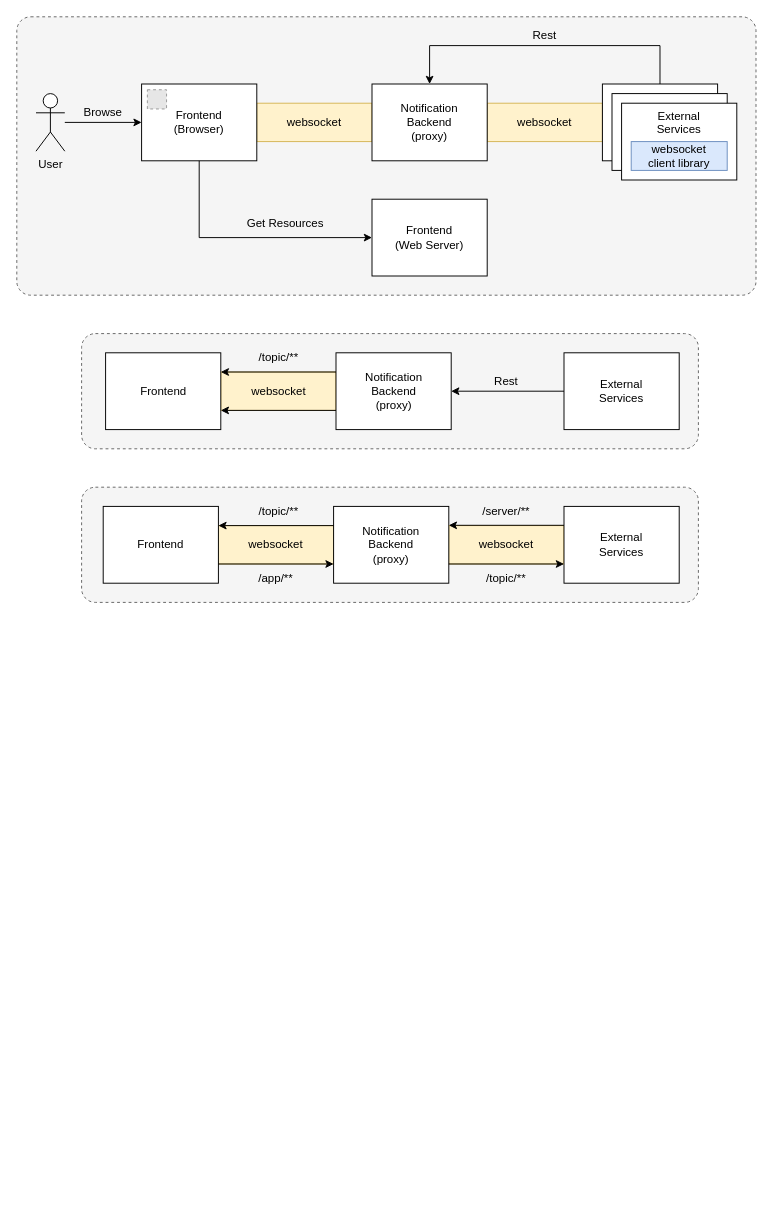
The draw.io diagram doc/websockets.drawio in awarenessxz/notification-websockets, before the edit. Source tidied: cells renumbered, new cells numbered last; positions are measured from the earlier drawing's top-left corner, leaving out a move shared by most shapes. Both pictures are drawn from the tidied source at 96%, with x=0, y=0 at pixel (16, 16). Pictures stored in the file or linked from it are replaced by grey dashed boxes.
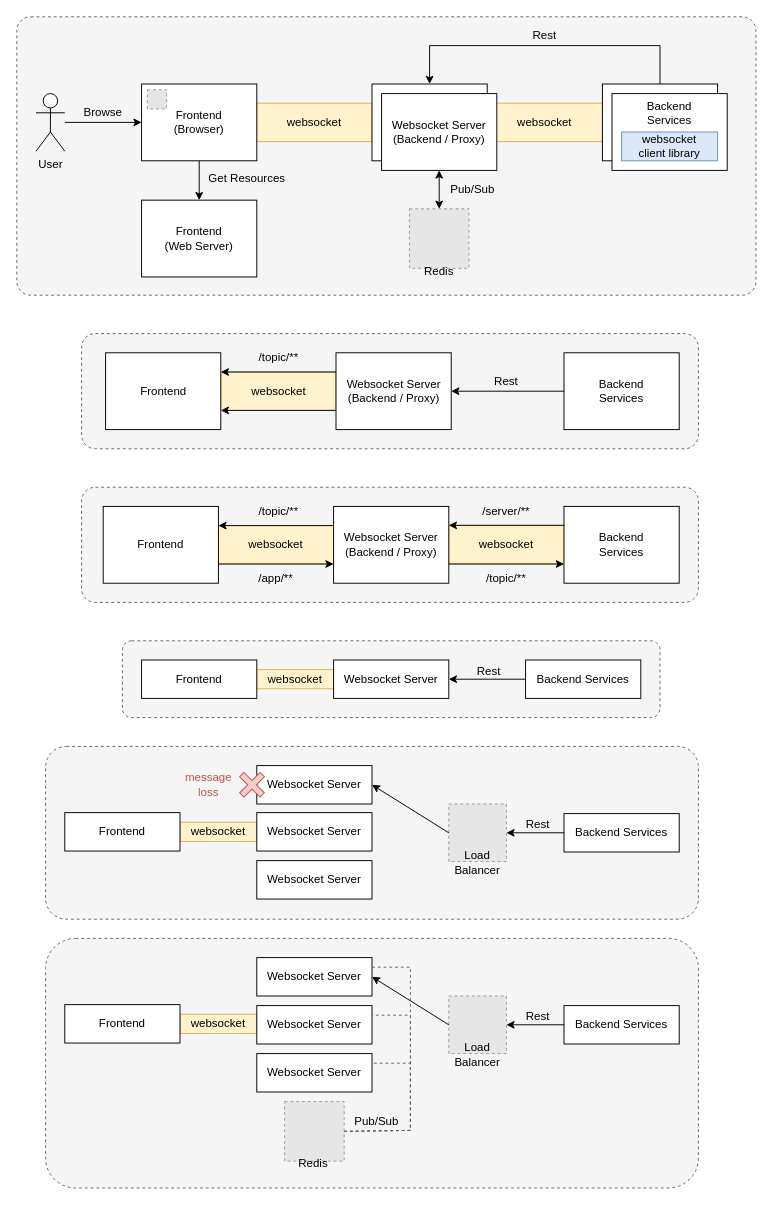
After the change.

The change refers to these unchanged cells:
```xml
<mxCell id="9" value="&lt;div&gt;Frontend&lt;br&gt;&lt;/div&gt;&lt;div&gt;(Browser)&lt;br&gt;&lt;/div&gt;" style="rounded=0;whiteSpace=wrap;html=1;" parent="1" vertex="1">
  <mxGeometry x="130" y="70" width="120" height="80" as="geometry" />
</mxCell>
```

Change to the diagram source:
```diff
@@
+    <mxCell id="44" style="rounded=1;whiteSpace=wrap;html=1;fillColor=#f5f5f5;fontColor=#333333;strokeColor=#666666;dashed=1;arcSize=12;" parent="1" vertex="1">
+      <mxGeometry x="30" y="960" width="680" height="260" as="geometry" />
+    </mxCell>
+    <mxCell id="45" style="rounded=1;whiteSpace=wrap;html=1;fillColor=#f5f5f5;fontColor=#333333;strokeColor=#666666;dashed=1;arcSize=12;" parent="1" vertex="1">
+      <mxGeometry x="30" y="760" width="680" height="180" as="geometry" />
+    </mxCell>
+    <mxCell id="46" value="websocket" style="rounded=0;whiteSpace=wrap;html=1;fillColor=#fff2cc;strokeColor=#d6b656;" parent="1" vertex="1">
+      <mxGeometry x="170" y="839" width="80" height="20" as="geometry" />
+    </mxCell>
+    <mxCell id="47" style="rounded=1;whiteSpace=wrap;html=1;fillColor=#f5f5f5;fontColor=#333333;strokeColor=#666666;dashed=1;arcSize=12;" parent="1" vertex="1">
+      <mxGeometry x="110" y="650" width="560" height="80" as="geometry" />
+    </mxCell>
+    <mxCell id="48" value="websocket" style="rounded=0;whiteSpace=wrap;html=1;fillColor=#fff2cc;strokeColor=#d6b656;" parent="1" vertex="1">
+      <mxGeometry x="250" y="680" width="80" height="20" as="geometry" />
+    </mxCell>
@@
-    <mxCell id="13" value="Notification&lt;br&gt;&lt;div&gt;Backend&lt;/div&gt;&lt;div&gt;(proxy)&lt;br&gt;&lt;/div&gt;" style="rounded=0;whiteSpace=wrap;html=1;" parent="1" vertex="1">
+    <mxCell id="13" style="rounded=0;whiteSpace=wrap;html=1;" parent="1" vertex="1">
       <mxGeometry x="370" y="70" width="120" height="80" as="geometry" />
     </mxCell>
     <mxCell id="14" value="&lt;div&gt;Frontend&lt;/div&gt;(Web Server)" style="rounded=0;whiteSpace=wrap;html=1;" parent="1" vertex="1">
-      <mxGeometry x="370" y="190" width="120" height="80" as="geometry" />
+      <mxGeometry x="130" y="191" width="120" height="80" as="geometry" />
     </mxCell>
@@
-    <mxCell id="16" style="endArrow=classic;html=1;rounded=0;exitX=0.5;exitY=1;exitDx=0;exitDy=0;entryX=0;entryY=0.5;entryDx=0;entryDy=0;" parent="1" edge="1" source="9" target="14">
-      <mxGeometry relative="1" as="geometry">
-        <Array as="points">
-          <mxPoint x="190" y="230" />
-        </Array>
-      </mxGeometry>
-    </mxCell>
     <mxCell id="17" value="Get Resources" style="text;html=1;strokeColor=none;fillColor=none;align=center;verticalAlign=middle;whiteSpace=wrap;rounded=0;" parent="1" vertex="1">
-      <mxGeometry x="230" y="200" width="100" height="30" as="geometry" />
+      <mxGeometry x="190" y="154" width="100" height="30" as="geometry" />
     </mxCell>
@@
-    <mxCell id="19" style="rounded=0;whiteSpace=wrap;html=1;" parent="1" vertex="1">
-      <mxGeometry x="620" y="80" width="120" height="80" as="geometry" />
-    </mxCell>
-    <mxCell id="20" value="&lt;div&gt;External&lt;/div&gt;&lt;div&gt;Services&lt;br&gt;&lt;/div&gt;" style="rounded=0;whiteSpace=wrap;html=1;verticalAlign=top;" parent="1" vertex="1">
-      <mxGeometry x="630" y="90" width="120" height="80" as="geometry" />
+    <mxCell id="20" value="&lt;div&gt;Backend&lt;/div&gt;&lt;div&gt;Services&lt;br&gt;&lt;/div&gt;" style="rounded=0;whiteSpace=wrap;html=1;verticalAlign=top;" parent="1" vertex="1">
+      <mxGeometry x="620" y="80" width="120" height="80" as="geometry" />
     </mxCell>
@@
-    <mxCell id="23" value="Notification&lt;br&gt;&lt;div&gt;Backend&lt;/div&gt;&lt;div&gt;(proxy)&lt;br&gt;&lt;/div&gt;" style="rounded=0;whiteSpace=wrap;html=1;" parent="1" vertex="1">
+    <mxCell id="23" value="&lt;div&gt;Websocket Server&lt;/div&gt;&lt;div&gt;(Backend / Proxy)&lt;br&gt;&lt;/div&gt;" style="rounded=0;whiteSpace=wrap;html=1;" parent="1" vertex="1">
       <mxGeometry x="332.5" y="350" width="120" height="80" as="geometry" />
     </mxCell>
@@
-    <mxCell id="25" value="&lt;div&gt;External&lt;/div&gt;&lt;div&gt;Services&lt;br&gt;&lt;/div&gt;" style="rounded=0;whiteSpace=wrap;html=1;" parent="1" vertex="1">
+    <mxCell id="25" value="&lt;div&gt;Backend&lt;/div&gt;&lt;div&gt;Services&lt;br&gt;&lt;/div&gt;" style="rounded=0;whiteSpace=wrap;html=1;" parent="1" vertex="1">
       <mxGeometry x="570" y="350" width="120" height="80" as="geometry" />
     </mxCell>
@@
-    <mxCell id="32" value="Notification&lt;br&gt;&lt;div&gt;Backend&lt;/div&gt;&lt;div&gt;(proxy)&lt;br&gt;&lt;/div&gt;" style="rounded=0;whiteSpace=wrap;html=1;" parent="1" vertex="1">
+    <mxCell id="32" value="&lt;div&gt;Websocket Server&lt;/div&gt;&lt;div&gt;(Backend / Proxy)&lt;br&gt;&lt;/div&gt;" style="rounded=0;whiteSpace=wrap;html=1;" parent="1" vertex="1">
       <mxGeometry x="330" y="510" width="120" height="80" as="geometry" />
     </mxCell>
@@
-    <mxCell id="34" value="&lt;div&gt;External&lt;/div&gt;&lt;div&gt;Services&lt;br&gt;&lt;/div&gt;" style="rounded=0;whiteSpace=wrap;html=1;" parent="1" vertex="1">
+    <mxCell id="34" value="&lt;div&gt;Backend&lt;/div&gt;&lt;div&gt;Services&lt;br&gt;&lt;/div&gt;" style="rounded=0;whiteSpace=wrap;html=1;" parent="1" vertex="1">
       <mxGeometry x="570" y="510" width="120" height="80" as="geometry" />
     </mxCell>
@@
     <mxCell id="43" value="&lt;div&gt;websocket&lt;/div&gt;&lt;div&gt;client library&lt;br&gt;&lt;/div&gt;" style="rounded=0;whiteSpace=wrap;html=1;fillColor=#dae8fc;strokeColor=#6c8ebf;" parent="1" vertex="1">
-      <mxGeometry x="640" y="130" width="100" height="30" as="geometry" />
+      <mxGeometry x="630" y="120" width="100" height="30" as="geometry" />
     </mxCell>
+    <mxCell id="49" value="&lt;div&gt;Frontend&lt;/div&gt;" style="rounded=0;whiteSpace=wrap;html=1;" parent="1" vertex="1">
+      <mxGeometry x="130" y="670" width="120" height="40" as="geometry" />
+    </mxCell>
+    <mxCell id="50" value="Websocket Server" style="rounded=0;whiteSpace=wrap;html=1;" parent="1" vertex="1">
+      <mxGeometry x="330" y="670" width="120" height="40" as="geometry" />
+    </mxCell>
+    <mxCell id="51" value="Backend Services" style="rounded=0;whiteSpace=wrap;html=1;" parent="1" vertex="1">
+      <mxGeometry x="530" y="670" width="120" height="40" as="geometry" />
+    </mxCell>
+    <mxCell id="52" style="endArrow=classic;html=1;rounded=0;exitX=0;exitY=0.5;exitDx=0;exitDy=0;entryX=1;entryY=0.5;entryDx=0;entryDy=0;" parent="1" edge="1" source="51" target="50">
+      <mxGeometry relative="1" as="geometry" />
+    </mxCell>
+    <mxCell id="53" value="Rest" style="text;html=1;strokeColor=none;fillColor=none;align=center;verticalAlign=middle;whiteSpace=wrap;rounded=0;" parent="1" vertex="1">
+      <mxGeometry x="462" y="667" width="60" height="30" as="geometry" />
+    </mxCell>
+    <mxCell id="54" value="&lt;div&gt;Frontend&lt;/div&gt;" style="rounded=0;whiteSpace=wrap;html=1;" parent="1" vertex="1">
+      <mxGeometry x="50" y="829" width="120" height="40" as="geometry" />
+    </mxCell>
+    <mxCell id="55" value="Websocket Server" style="rounded=0;whiteSpace=wrap;html=1;" parent="1" vertex="1">
+      <mxGeometry x="250" y="829" width="120" height="40" as="geometry" />
+    </mxCell>
+    <mxCell id="56" value="Websocket Server" style="rounded=0;whiteSpace=wrap;html=1;" parent="1" vertex="1">
+      <mxGeometry x="250" y="780" width="120" height="40" as="geometry" />
+    </mxCell>
+    <mxCell id="57" value="Websocket Server" style="rounded=0;whiteSpace=wrap;html=1;" parent="1" vertex="1">
+      <mxGeometry x="250" y="879" width="120" height="40" as="geometry" />
+    </mxCell>
+    <mxCell id="58" value="Backend Services" style="rounded=0;whiteSpace=wrap;html=1;" parent="1" vertex="1">
+      <mxGeometry x="570" y="830" width="120" height="40" as="geometry" />
+    </mxCell>
+    <mxCell id="59" style="endArrow=classic;html=1;rounded=0;exitX=0;exitY=0.5;exitDx=0;exitDy=0;entryX=1;entryY=0.5;entryDx=0;entryDy=0;" parent="1" edge="1" source="58" target="60">
+      <mxGeometry relative="1" as="geometry" />
+    </mxCell>
+    <mxCell id="60" style="fillColor=#E6E6E6;strokeColor=#999999;dashed=1;verticalLabelPosition=bottom;labelBackgroundColor=#ffffff;verticalAlign=top;" parent="1" vertex="1">
+      <mxGeometry x="450" y="820" width="60" height="60" as="geometry" />
+    </mxCell>
+    <mxCell id="61" value="&lt;div&gt;Load &lt;br&gt;&lt;/div&gt;&lt;div&gt;Balancer&lt;/div&gt;" style="text;html=1;strokeColor=none;fillColor=none;align=center;verticalAlign=middle;whiteSpace=wrap;rounded=0;" parent="1" vertex="1">
+      <mxGeometry x="450" y="866" width="60" height="30" as="geometry" />
+    </mxCell>
+    <mxCell id="62" value="Rest" style="text;html=1;strokeColor=none;fillColor=none;align=center;verticalAlign=middle;whiteSpace=wrap;rounded=0;" parent="1" vertex="1">
+      <mxGeometry x="513" y="827" width="60" height="30" as="geometry" />
+    </mxCell>
+    <mxCell id="63" style="endArrow=classic;html=1;rounded=0;exitX=0;exitY=0.5;exitDx=0;exitDy=0;entryX=1;entryY=0.5;entryDx=0;entryDy=0;" parent="1" edge="1" source="60" target="56">
+      <mxGeometry relative="1" as="geometry" />
+    </mxCell>
+    <mxCell id="64" value="websocket" style="rounded=0;whiteSpace=wrap;html=1;fillColor=#fff2cc;strokeColor=#d6b656;" parent="1" vertex="1">
+      <mxGeometry x="170" y="1039" width="80" height="20" as="geometry" />
+    </mxCell>
+    <mxCell id="65" value="&lt;div&gt;Frontend&lt;/div&gt;" style="rounded=0;whiteSpace=wrap;html=1;" parent="1" vertex="1">
+      <mxGeometry x="50" y="1029" width="120" height="40" as="geometry" />
+    </mxCell>
+    <mxCell id="66" value="Websocket Server" style="rounded=0;whiteSpace=wrap;html=1;" parent="1" vertex="1">
+      <mxGeometry x="250" y="1030" width="120" height="40" as="geometry" />
+    </mxCell>
+    <mxCell id="67" value="Websocket Server" style="rounded=0;whiteSpace=wrap;html=1;" parent="1" vertex="1">
+      <mxGeometry x="250" y="980" width="120" height="40" as="geometry" />
+    </mxCell>
+    <mxCell id="68" value="Websocket Server" style="rounded=0;whiteSpace=wrap;html=1;" parent="1" vertex="1">
+      <mxGeometry x="250" y="1080" width="120" height="40" as="geometry" />
+    </mxCell>
+    <mxCell id="69" value="Backend Services" style="rounded=0;whiteSpace=wrap;html=1;" parent="1" vertex="1">
+      <mxGeometry x="570" y="1030" width="120" height="40" as="geometry" />
+    </mxCell>
+    <mxCell id="70" style="endArrow=classic;html=1;rounded=0;exitX=0;exitY=0.5;exitDx=0;exitDy=0;entryX=1;entryY=0.5;entryDx=0;entryDy=0;" parent="1" edge="1" source="69" target="71">
+      <mxGeometry relative="1" as="geometry" />
+    </mxCell>
+    <mxCell id="71" style="fillColor=#E6E6E6;strokeColor=#999999;dashed=1;verticalLabelPosition=bottom;labelBackgroundColor=#ffffff;verticalAlign=top;" parent="1" vertex="1">
+      <mxGeometry x="450" y="1020" width="60" height="60" as="geometry" />
+    </mxCell>
+    <mxCell id="72" value="&lt;div&gt;Load &lt;br&gt;&lt;/div&gt;&lt;div&gt;Balancer&lt;/div&gt;" style="text;html=1;strokeColor=none;fillColor=none;align=center;verticalAlign=middle;whiteSpace=wrap;rounded=0;" parent="1" vertex="1">
+      <mxGeometry x="450" y="1066" width="60" height="30" as="geometry" />
+    </mxCell>
+    <mxCell id="73" value="Rest" style="text;html=1;strokeColor=none;fillColor=none;align=center;verticalAlign=middle;whiteSpace=wrap;rounded=0;" parent="1" vertex="1">
+      <mxGeometry x="513" y="1027" width="60" height="30" as="geometry" />
+    </mxCell>
+    <mxCell id="74" style="fillColor=#E6E6E6;strokeColor=#999999;dashed=1;verticalLabelPosition=bottom;labelBackgroundColor=default;verticalAlign=top;" parent="1" vertex="1">
+      <mxGeometry x="279" y="1130" width="62" height="62" as="geometry" />
+    </mxCell>
+    <mxCell id="75" value="Redis" style="text;html=1;strokeColor=none;fillColor=none;align=center;verticalAlign=middle;whiteSpace=wrap;rounded=0;" parent="1" vertex="1">
+      <mxGeometry x="279" y="1180" width="60" height="30" as="geometry" />
+    </mxCell>
+    <mxCell id="76" style="endArrow=none;dashed=1;html=1;rounded=0;exitX=1;exitY=0.5;exitDx=0;exitDy=0;entryX=1;entryY=0.25;entryDx=0;entryDy=0;fillColor=#f5f5f5;strokeColor=#666666;" parent="1" edge="1" source="74" target="68">
+      <mxGeometry relative="1" as="geometry">
+        <Array as="points">
+          <mxPoint x="410" y="1160" />
+          <mxPoint x="410" y="1090" />
+        </Array>
+      </mxGeometry>
+    </mxCell>
+    <mxCell id="77" style="endArrow=none;dashed=1;html=1;rounded=0;exitX=1;exitY=0.5;exitDx=0;exitDy=0;entryX=1;entryY=0.25;entryDx=0;entryDy=0;fillColor=#f5f5f5;strokeColor=#666666;" parent="1" edge="1" source="74" target="66">
+      <mxGeometry relative="1" as="geometry">
+        <Array as="points">
+          <mxPoint x="410" y="1160" />
+          <mxPoint x="410" y="1040" />
+        </Array>
+      </mxGeometry>
+    </mxCell>
+    <mxCell id="78" style="endArrow=none;dashed=1;html=1;rounded=0;exitX=1;exitY=0.5;exitDx=0;exitDy=0;entryX=1;entryY=0.25;entryDx=0;entryDy=0;fillColor=#f5f5f5;strokeColor=#666666;" parent="1" edge="1" source="74" target="67">
+      <mxGeometry relative="1" as="geometry">
+        <Array as="points">
+          <mxPoint x="410" y="1160" />
+          <mxPoint x="410" y="990" />
+        </Array>
+      </mxGeometry>
+    </mxCell>
+    <mxCell id="79" value="Pub/Sub" style="text;html=1;strokeColor=none;fillColor=none;align=center;verticalAlign=middle;whiteSpace=wrap;rounded=0;" parent="1" vertex="1">
+      <mxGeometry x="345" y="1136" width="60" height="30" as="geometry" />
+    </mxCell>
+    <mxCell id="80" style="endArrow=classic;html=1;rounded=0;exitX=0;exitY=0.5;exitDx=0;exitDy=0;entryX=1;entryY=0.5;entryDx=0;entryDy=0;" parent="1" edge="1" source="71" target="67">
+      <mxGeometry relative="1" as="geometry" />
+    </mxCell>
+    <mxCell id="81" style="shape=cross;whiteSpace=wrap;html=1;size=0.21077221362291235;rotation=45;fillColor=#f8cecc;strokeColor=#b85450;" parent="1" vertex="1">
+      <mxGeometry x="230" y="785" width="30" height="30" as="geometry" />
+    </mxCell>
+    <mxCell id="82" value="&lt;div&gt;message&lt;/div&gt;&lt;div&gt;loss&lt;br&gt;&lt;/div&gt;" style="text;html=1;align=center;verticalAlign=middle;whiteSpace=wrap;rounded=0;fontColor=#B85450;" parent="1" vertex="1">
+      <mxGeometry x="170" y="785" width="60" height="30" as="geometry" />
+    </mxCell>
+    <mxCell id="83" style="fillColor=#E6E6E6;strokeColor=#999999;dashed=1;verticalLabelPosition=bottom;labelBackgroundColor=default;verticalAlign=top;" parent="1" vertex="1">
+      <mxGeometry x="409" y="200" width="62" height="62" as="geometry" />
+    </mxCell>
+    <mxCell id="16" style="endArrow=classic;html=1;rounded=0;exitX=0.5;exitY=1;exitDx=0;exitDy=0;entryX=0.5;entryY=0;entryDx=0;entryDy=0;" parent="1" edge="1" source="9" target="14">
+      <mxGeometry relative="1" as="geometry" />
+    </mxCell>
+    <mxCell id="84" value="Redis" style="text;html=1;strokeColor=none;fillColor=none;align=center;verticalAlign=middle;whiteSpace=wrap;rounded=0;" parent="1" vertex="1">
+      <mxGeometry x="410" y="250" width="60" height="30" as="geometry" />
+    </mxCell>
+    <mxCell id="85" value="&lt;div&gt;Websocket Server&lt;/div&gt;&lt;div&gt;(Backend / Proxy)&lt;br&gt;&lt;/div&gt;" style="rounded=0;whiteSpace=wrap;html=1;" parent="1" vertex="1">
+      <mxGeometry x="380" y="80" width="120" height="80" as="geometry" />
+    </mxCell>
+    <mxCell id="86" style="endArrow=classic;startArrow=classic;html=1;rounded=0;entryX=0.5;entryY=1;entryDx=0;entryDy=0;exitX=0.5;exitY=0;exitDx=0;exitDy=0;" parent="1" edge="1" source="83" target="85">
+      <mxGeometry relative="1" as="geometry" />
+    </mxCell>
+    <mxCell id="87" value="Pub/Sub" style="text;html=1;strokeColor=none;fillColor=none;align=center;verticalAlign=middle;whiteSpace=wrap;rounded=0;" parent="1" vertex="1">
+      <mxGeometry x="440" y="165" width="70" height="30" as="geometry" />
+    </mxCell>
```
